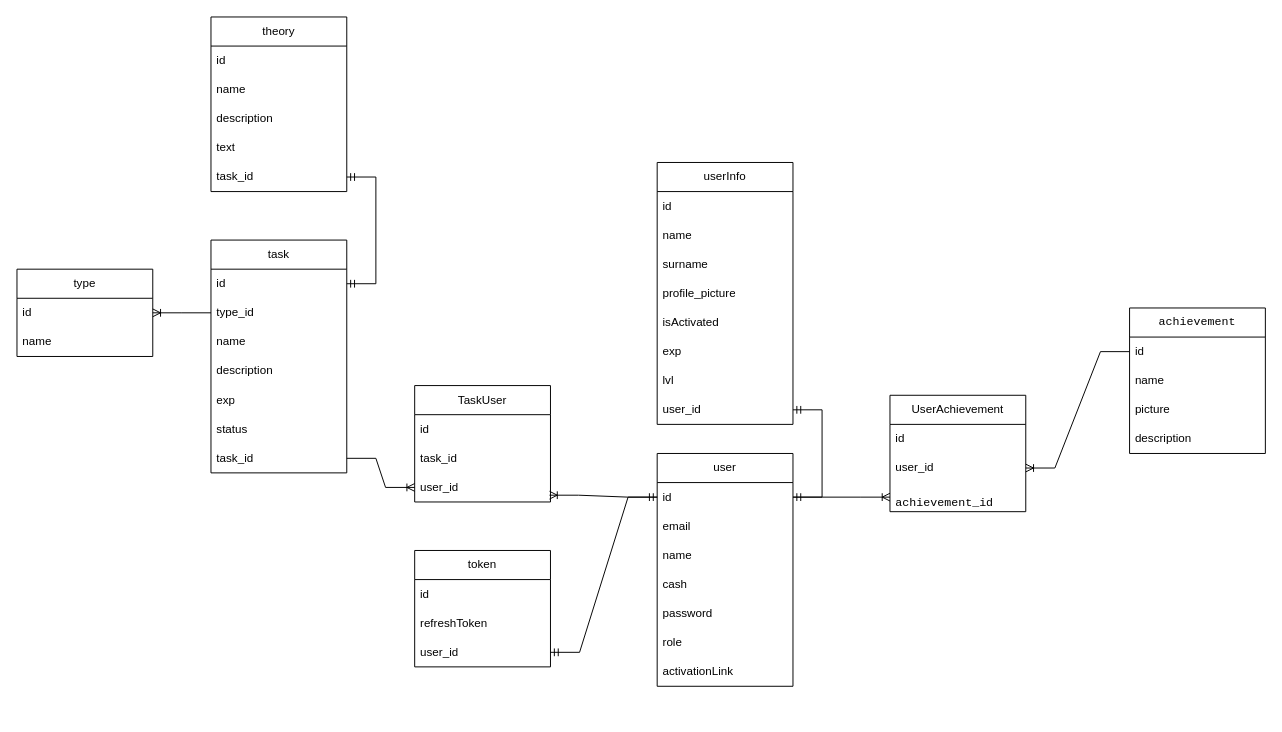
The draw.io diagram школа.drawio in Kiper02/school-node-react, before the edit. Source tidied: cells renumbered, new cells numbered last; positions are measured from the earlier drawing's top-left corner, leaving out a move shared by most shapes. Both pictures are drawn from the tidied source at 97%, with x=0, y=0 at pixel (16, 16).
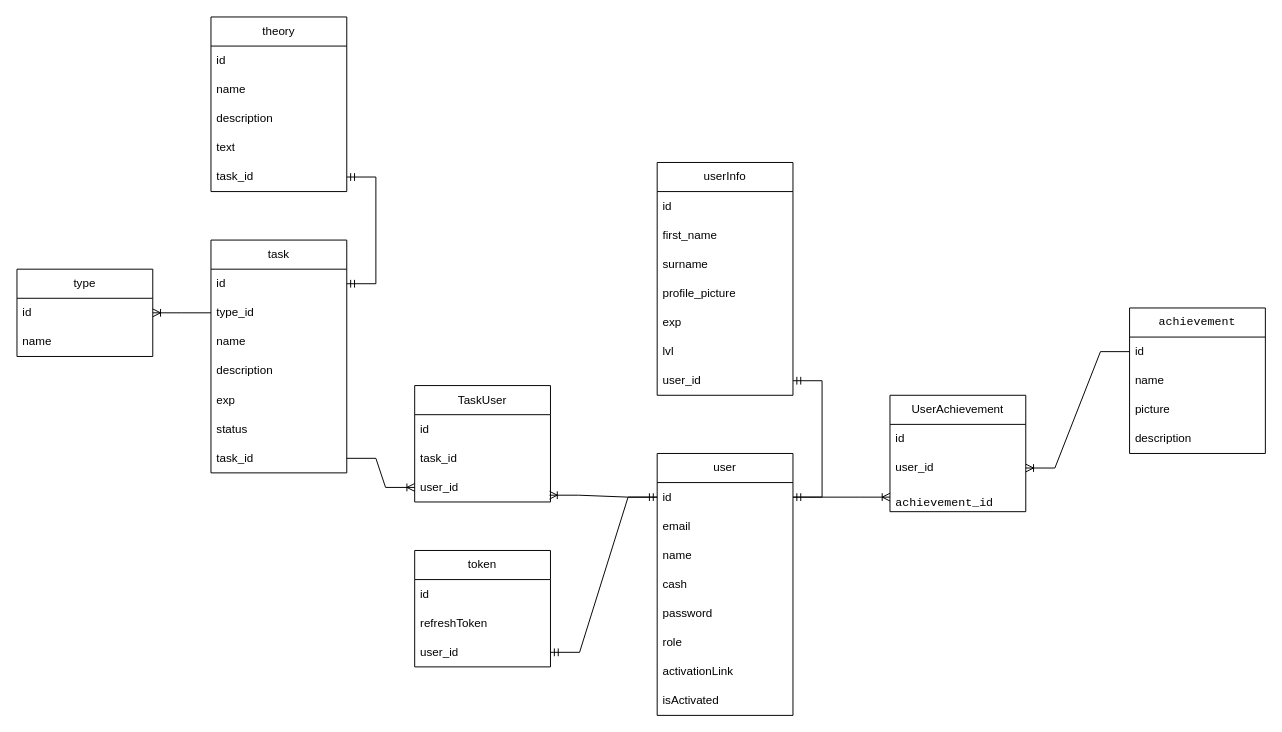
The same page after the edit.

Diff of the diagram source:
```diff
@@
     <mxCell id="2" value="user" style="swimlane;fontStyle=0;horizontal=1;startSize=30;whiteSpace=wrap;html=1;" parent="1" vertex="1">
-      <mxGeometry x="660" y="450" width="140" height="240" as="geometry" />
+      <mxGeometry x="660" y="450" width="140" height="270" as="geometry" />
     </mxCell>
@@
+    <mxCell id="15" value="isActivated" style="text;strokeColor=none;fillColor=none;align=left;verticalAlign=middle;spacingLeft=4;spacingRight=4;overflow=hidden;whiteSpace=wrap;html=1;" parent="2" vertex="1">
+      <mxGeometry y="240" width="140" height="30" as="geometry" />
+    </mxCell>
     <mxCell id="10" value="userInfo" style="swimlane;fontStyle=0;horizontal=1;startSize=30;whiteSpace=wrap;html=1;" parent="1" vertex="1">
-      <mxGeometry x="660" y="150" width="140" height="270" as="geometry" />
+      <mxGeometry x="660" y="150" width="140" height="240" as="geometry" />
     </mxCell>
@@
-    <mxCell id="12" value="name" style="text;strokeColor=none;fillColor=none;align=left;verticalAlign=middle;spacingLeft=4;spacingRight=4;overflow=hidden;whiteSpace=wrap;html=1;" parent="10" vertex="1">
+    <mxCell id="12" value="first_name" style="text;strokeColor=none;fillColor=none;align=left;verticalAlign=middle;spacingLeft=4;spacingRight=4;overflow=hidden;whiteSpace=wrap;html=1;" parent="10" vertex="1">
       <mxGeometry y="60" width="140" height="30" as="geometry" />
     </mxCell>
@@
-    <mxCell id="15" value="isActivated" style="text;strokeColor=none;fillColor=none;align=left;verticalAlign=middle;spacingLeft=4;spacingRight=4;overflow=hidden;whiteSpace=wrap;html=1;" parent="10" vertex="1">
-      <mxGeometry y="150" width="140" height="30" as="geometry" />
-    </mxCell>
     <mxCell id="16" value="exp" style="text;strokeColor=none;fillColor=none;align=left;verticalAlign=middle;spacingLeft=4;spacingRight=4;overflow=hidden;whiteSpace=wrap;html=1;" parent="10" vertex="1">
-      <mxGeometry y="180" width="140" height="30" as="geometry" />
+      <mxGeometry y="150" width="140" height="30" as="geometry" />
     </mxCell>
     <mxCell id="17" value="lvl" style="text;strokeColor=none;fillColor=none;align=left;verticalAlign=middle;spacingLeft=4;spacingRight=4;overflow=hidden;whiteSpace=wrap;html=1;" parent="10" vertex="1">
-      <mxGeometry y="210" width="140" height="30" as="geometry" />
+      <mxGeometry y="180" width="140" height="30" as="geometry" />
     </mxCell>
     <mxCell id="18" value="user_id" style="text;strokeColor=none;fillColor=none;align=left;verticalAlign=middle;spacingLeft=4;spacingRight=4;overflow=hidden;points=[[0,0.5],[1,0.5]];portConstraint=eastwest;whiteSpace=wrap;html=1;" parent="10" vertex="1">
-      <mxGeometry y="240" width="140" height="30" as="geometry" />
+      <mxGeometry y="210" width="140" height="30" as="geometry" />
     </mxCell>
```
